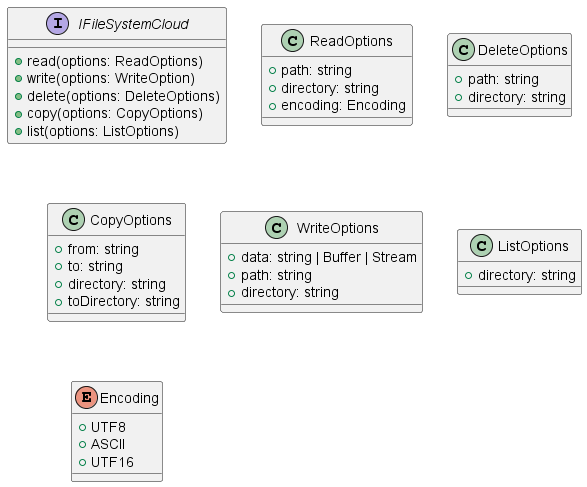
This is documents/classDiagram.png from chantharamanee-prat/fsc, a PlantUML export, as it was before one commit.
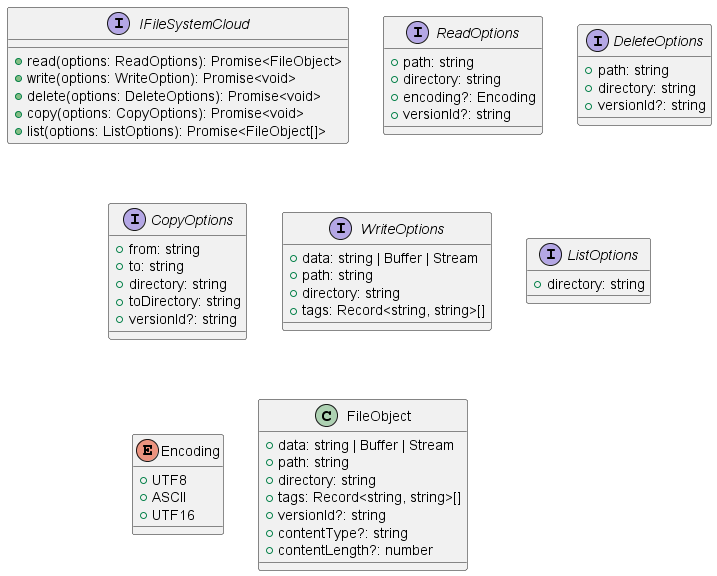
After the change.

Commit message:
chore: Updating class diagram.

Change to the diagram source:
```diff
@@ -1,37 +1,41 @@
 @startuml classDiagram
 interface IFileSystemCloud {
- +read(options: ReadOptions)
- +write(options: WriteOption)
- +delete(options: DeleteOptions)
- +copy(options: CopyOptions)
- +list(options: ListOptions)
+ +read(options: ReadOptions): Promise<FileObject>
+ +write(options: WriteOption): Promise<void>
+ +delete(options: DeleteOptions): Promise<void>
+ +copy(options: CopyOptions): Promise<void>
+ +list(options: ListOptions): Promise<FileObject[]>
 }
 
-class ReadOptions {
+interface ReadOptions {
  +path: string
  +directory: string
- +encoding: Encoding
+ +encoding?: Encoding
+ +versionId?: string
 }
 
-class DeleteOptions {
+interface DeleteOptions {
  +path: string
  +directory: string
+ +versionId?: string
 }
 
-class CopyOptions {
+interface CopyOptions {
  +from: string
  +to: string
  +directory: string
  +toDirectory: string
+ +versionId?: string
 }
 
-class WriteOptions {
+interface WriteOptions {
  +data: string | Buffer | Stream
  +path: string
  +directory: string
+ +tags: Record<string, string>[]
 }
 
-class ListOptions {
+interface ListOptions {
  +directory: string
 }
 
@@ -41,4 +45,14 @@
  +UTF16
 }
 
+class FileObject {
+ +data: string | Buffer | Stream
+ +path: string
+ +directory: string
+ +tags: Record<string, string>[]
+ +versionId?: string
+ +contentType?: string
+ +contentLength?: number
+}
+
 @enduml
```
